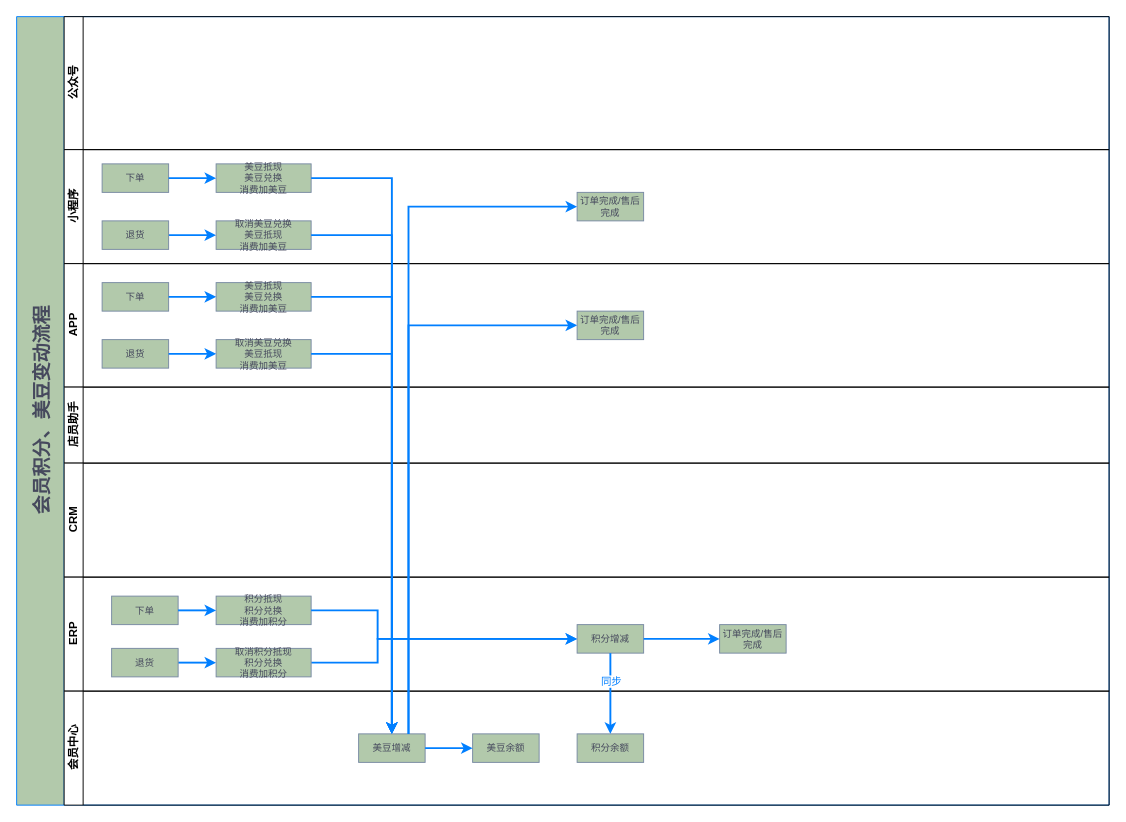
This is page "Page-4" (4 of 4) of 会员.drawio from JustDoItHilary/HilarysTraining, a draw.io file, before an edit. Source tidied: cells renumbered, new cells numbered last; positions are measured from the earlier drawing's top-left corner, leaving out a move shared by most shapes. Both pictures are drawn from the tidied source at 95%, with x=0, y=0 at pixel (16, 16).
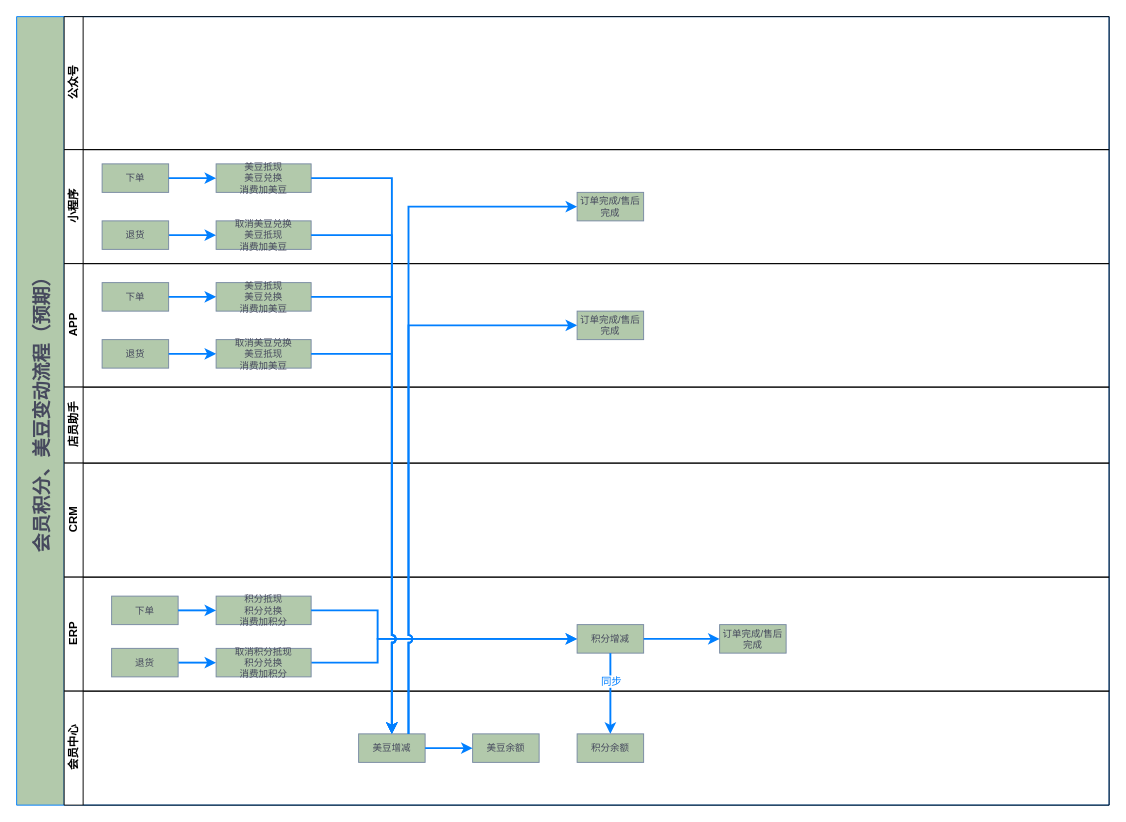
After the change.

The change refers to these unchanged cells:
```xml
<mxCell id="8" value="&lt;font size=&quot;1&quot;&gt;美豆抵现&lt;br&gt;美豆兑换&lt;br&gt;消费加美豆&lt;br&gt;&lt;/font&gt;" style="rounded=0;whiteSpace=wrap;html=1;strokeColor=#788AA3;fillColor=#B2C9AB;fontColor=#46495D;fontSize=10;" parent="4" vertex="1">
  <mxGeometry x="160" y="15" width="100" height="30" as="geometry" />
</mxCell>
<mxCell id="9" value="&lt;font size=&quot;1&quot;&gt;取消美豆兑换&lt;br&gt;美豆抵现&lt;br&gt;消费加美豆&lt;br&gt;&lt;/font&gt;" style="rounded=0;whiteSpace=wrap;html=1;strokeColor=#788AA3;fillColor=#B2C9AB;fontColor=#46495D;fontSize=10;" parent="4" vertex="1">
  <mxGeometry x="160" y="75" width="100" height="30" as="geometry" />
</mxCell>
<mxCell id="11" value="&lt;font size=&quot;1&quot;&gt;订单完成/售后完成&lt;/font&gt;" style="rounded=0;whiteSpace=wrap;html=1;strokeColor=#788AA3;fillColor=#B2C9AB;fontColor=#46495D;fontSize=10;" parent="4" vertex="1">
  <mxGeometry x="540" y="45" width="70" height="30" as="geometry" />
</mxCell>
<mxCell id="15" value="&lt;font size=&quot;1&quot;&gt;美豆抵现&lt;br&gt;美豆兑换&lt;br&gt;消费加美豆&lt;br&gt;&lt;/font&gt;" style="rounded=0;whiteSpace=wrap;html=1;strokeColor=#788AA3;fillColor=#B2C9AB;fontColor=#46495D;fontSize=10;" parent="12" vertex="1">
  <mxGeometry x="160" y="20" width="100" height="30" as="geometry" />
</mxCell>
<mxCell id="16" value="&lt;font size=&quot;1&quot;&gt;取消美豆兑换&lt;br&gt;美豆抵现&lt;br&gt;消费加美豆&lt;br&gt;&lt;/font&gt;" style="rounded=0;whiteSpace=wrap;html=1;strokeColor=#788AA3;fillColor=#B2C9AB;fontColor=#46495D;fontSize=10;" parent="12" vertex="1">
  <mxGeometry x="160" y="80" width="100" height="30" as="geometry" />
</mxCell>
<mxCell id="19" value="&lt;font size=&quot;1&quot;&gt;订单完成/售后完成&lt;/font&gt;" style="rounded=0;whiteSpace=wrap;html=1;strokeColor=#788AA3;fillColor=#B2C9AB;fontColor=#46495D;fontSize=10;" parent="12" vertex="1">
  <mxGeometry x="540" y="50" width="70" height="30" as="geometry" />
</mxCell>
<mxCell id="22" value="ERP" style="swimlane;html=1;startSize=20;horizontal=0;" parent="2" vertex="1">
  <mxGeometry x="50" y="590" width="1100" height="120" as="geometry" />
</mxCell>
<mxCell id="26" value="&lt;font size=&quot;1&quot;&gt;积分抵现&lt;br&gt;积分兑换&lt;br&gt;消费加积分&lt;br&gt;&lt;/font&gt;" style="rounded=0;whiteSpace=wrap;html=1;strokeColor=#788AA3;fillColor=#B2C9AB;fontColor=#46495D;fontSize=10;" parent="22" vertex="1">
  <mxGeometry x="160" y="20" width="100" height="30" as="geometry" />
</mxCell>
<mxCell id="29" value="&lt;font size=&quot;1&quot;&gt;取消积分抵现&lt;br&gt;积分兑换&lt;br&gt;消费加积分&lt;br&gt;&lt;/font&gt;" style="rounded=0;whiteSpace=wrap;html=1;strokeColor=#788AA3;fillColor=#B2C9AB;fontColor=#46495D;fontSize=10;" parent="22" vertex="1">
  <mxGeometry x="160" y="75" width="100" height="30" as="geometry" />
</mxCell>
<mxCell id="30" value="&lt;font size=&quot;1&quot;&gt;积分增减&lt;/font&gt;" style="rounded=0;whiteSpace=wrap;html=1;strokeColor=#788AA3;fillColor=#B2C9AB;fontColor=#46495D;fontSize=10;" parent="22" vertex="1">
  <mxGeometry x="540" y="50" width="70" height="30" as="geometry" />
</mxCell>
<mxCell id="37" value="美豆增减" style="rounded=0;whiteSpace=wrap;html=1;strokeColor=#788AA3;fillColor=#B2C9AB;fontColor=#46495D;fontSize=10;" parent="34" vertex="1">
  <mxGeometry x="310" y="45" width="70" height="30" as="geometry" />
</mxCell>
```

What changed in the source:
```diff
@@
-    <mxCell id="2" value="&lt;font style=&quot;font-size: 20px&quot;&gt;会员积分、美豆变动流程&lt;/font&gt;" style="swimlane;html=1;horizontal=0;startSize=50;rounded=0;fillColor=#B2C9AB;fontColor=#46495D;fontSize=10;align=center;verticalAlign=middle;strokeColor=#007FFF;" parent="1" vertex="1">
+    <mxCell id="2" value="&lt;font style=&quot;font-size: 20px&quot;&gt;会员积分、美豆变动流程（预期）&lt;/font&gt;" style="swimlane;html=1;horizontal=0;startSize=50;rounded=0;fillColor=#B2C9AB;fontColor=#46495D;fontSize=10;align=center;verticalAlign=middle;strokeColor=#007FFF;" parent="1" vertex="1">
       <mxGeometry width="1150" height="830" as="geometry" />
     </mxCell>
@@
-    <mxCell id="28" style="edgeStyle=orthogonalEdgeStyle;rounded=0;jettySize=auto;html=1;exitX=1;exitY=0.5;exitDx=0;exitDy=0;entryX=0;entryY=0.5;entryDx=0;entryDy=0;strokeColor=#007FFF;strokeWidth=2;fontColor=#007FFF;" parent="22" edge="1" source="29" target="30">
+    <mxCell id="28" style="edgeStyle=orthogonalEdgeStyle;rounded=0;jettySize=auto;html=1;exitX=1;exitY=0.5;exitDx=0;exitDy=0;entryX=0;entryY=0.5;entryDx=0;entryDy=0;strokeColor=#007FFF;strokeWidth=2;fontColor=#007FFF;jumpStyle=arc;" parent="22" edge="1" source="29" target="30">
       <mxGeometry relative="1" as="geometry">
         <Array as="points">
           <mxPoint x="330" y="90" />
           <mxPoint x="330" y="65" />
         </Array>
       </mxGeometry>
     </mxCell>
@@
-    <mxCell id="31" style="edgeStyle=orthogonalEdgeStyle;rounded=0;jettySize=auto;html=1;strokeColor=#007FFF;strokeWidth=2;fontColor=#007FFF;" parent="22" edge="1" source="26" target="30">
+    <mxCell id="31" style="edgeStyle=orthogonalEdgeStyle;rounded=0;jettySize=auto;html=1;strokeColor=#007FFF;strokeWidth=2;fontColor=#007FFF;jumpStyle=arc;" parent="22" edge="1" source="26" target="30">
       <mxGeometry relative="1" as="geometry">
         <Array as="points">
           <mxPoint x="330" y="35" />
           <mxPoint x="330" y="65" />
         </Array>
       </mxGeometry>
     </mxCell>
@@
-    <mxCell id="41" style="edgeStyle=orthogonalEdgeStyle;rounded=0;jettySize=auto;html=1;exitX=0.75;exitY=0;exitDx=0;exitDy=0;entryX=0;entryY=0.5;entryDx=0;entryDy=0;strokeColor=#007FFF;strokeWidth=2;fontColor=#007FFF;" parent="2" edge="1" source="37" target="11">
+    <mxCell id="41" style="edgeStyle=orthogonalEdgeStyle;rounded=0;jettySize=auto;html=1;exitX=0.75;exitY=0;exitDx=0;exitDy=0;entryX=0;entryY=0.5;entryDx=0;entryDy=0;strokeColor=#007FFF;strokeWidth=2;fontColor=#007FFF;jumpStyle=arc;" parent="2" edge="1" source="37" target="11">
       <mxGeometry relative="1" as="geometry" />
     </mxCell>
-    <mxCell id="42" style="edgeStyle=orthogonalEdgeStyle;rounded=0;jettySize=auto;html=1;exitX=1;exitY=0.5;exitDx=0;exitDy=0;strokeColor=#007FFF;strokeWidth=2;fontColor=#007FFF;entryX=0.5;entryY=0;entryDx=0;entryDy=0;" parent="2" edge="1" source="9" target="37">
+    <mxCell id="42" style="edgeStyle=orthogonalEdgeStyle;rounded=0;jettySize=auto;html=1;exitX=1;exitY=0.5;exitDx=0;exitDy=0;strokeColor=#007FFF;strokeWidth=2;fontColor=#007FFF;entryX=0.5;entryY=0;entryDx=0;entryDy=0;jumpStyle=arc;" parent="2" edge="1" source="9" target="37">
       <mxGeometry relative="1" as="geometry" />
     </mxCell>
-    <mxCell id="43" style="edgeStyle=orthogonalEdgeStyle;rounded=0;jettySize=auto;html=1;exitX=1;exitY=0.5;exitDx=0;exitDy=0;entryX=0.5;entryY=0;entryDx=0;entryDy=0;strokeColor=#007FFF;strokeWidth=2;fontColor=#007FFF;" parent="2" edge="1" source="15" target="37">
+    <mxCell id="43" style="edgeStyle=orthogonalEdgeStyle;rounded=0;jettySize=auto;html=1;exitX=1;exitY=0.5;exitDx=0;exitDy=0;entryX=0.5;entryY=0;entryDx=0;entryDy=0;strokeColor=#007FFF;strokeWidth=2;fontColor=#007FFF;jumpStyle=arc;" parent="2" edge="1" source="15" target="37">
       <mxGeometry relative="1" as="geometry" />
     </mxCell>
-    <mxCell id="44" style="edgeStyle=orthogonalEdgeStyle;rounded=0;jettySize=auto;html=1;exitX=1;exitY=0.5;exitDx=0;exitDy=0;strokeColor=#007FFF;strokeWidth=2;fontColor=#007FFF;entryX=0.5;entryY=0;entryDx=0;entryDy=0;" parent="2" edge="1" source="16" target="37">
+    <mxCell id="44" style="edgeStyle=orthogonalEdgeStyle;rounded=0;jettySize=auto;html=1;exitX=1;exitY=0.5;exitDx=0;exitDy=0;strokeColor=#007FFF;strokeWidth=2;fontColor=#007FFF;entryX=0.5;entryY=0;entryDx=0;entryDy=0;jumpStyle=arc;" parent="2" edge="1" source="16" target="37">
       <mxGeometry relative="1" as="geometry" />
     </mxCell>
-    <mxCell id="45" style="edgeStyle=orthogonalEdgeStyle;rounded=0;jettySize=auto;html=1;exitX=1;exitY=0.5;exitDx=0;exitDy=0;strokeColor=#007FFF;strokeWidth=2;fontColor=#007FFF;entryX=0.5;entryY=0;entryDx=0;entryDy=0;" parent="2" edge="1" source="8" target="37">
+    <mxCell id="45" style="edgeStyle=orthogonalEdgeStyle;rounded=0;jettySize=auto;html=1;exitX=1;exitY=0.5;exitDx=0;exitDy=0;strokeColor=#007FFF;strokeWidth=2;fontColor=#007FFF;entryX=0.5;entryY=0;entryDx=0;entryDy=0;jumpStyle=arc;" parent="2" edge="1" source="8" target="37">
       <mxGeometry relative="1" as="geometry" />
     </mxCell>
-    <mxCell id="46" style="edgeStyle=orthogonalEdgeStyle;rounded=0;jettySize=auto;html=1;exitX=0.75;exitY=0;exitDx=0;exitDy=0;entryX=0;entryY=0.5;entryDx=0;entryDy=0;strokeColor=#007FFF;strokeWidth=2;fontColor=#007FFF;" parent="2" edge="1" source="37" target="19">
+    <mxCell id="46" style="edgeStyle=orthogonalEdgeStyle;rounded=0;jettySize=auto;html=1;exitX=0.75;exitY=0;exitDx=0;exitDy=0;entryX=0;entryY=0.5;entryDx=0;entryDy=0;strokeColor=#007FFF;strokeWidth=2;fontColor=#007FFF;jumpStyle=arc;" parent="2" edge="1" source="37" target="19">
       <mxGeometry relative="1" as="geometry" />
     </mxCell>
```
